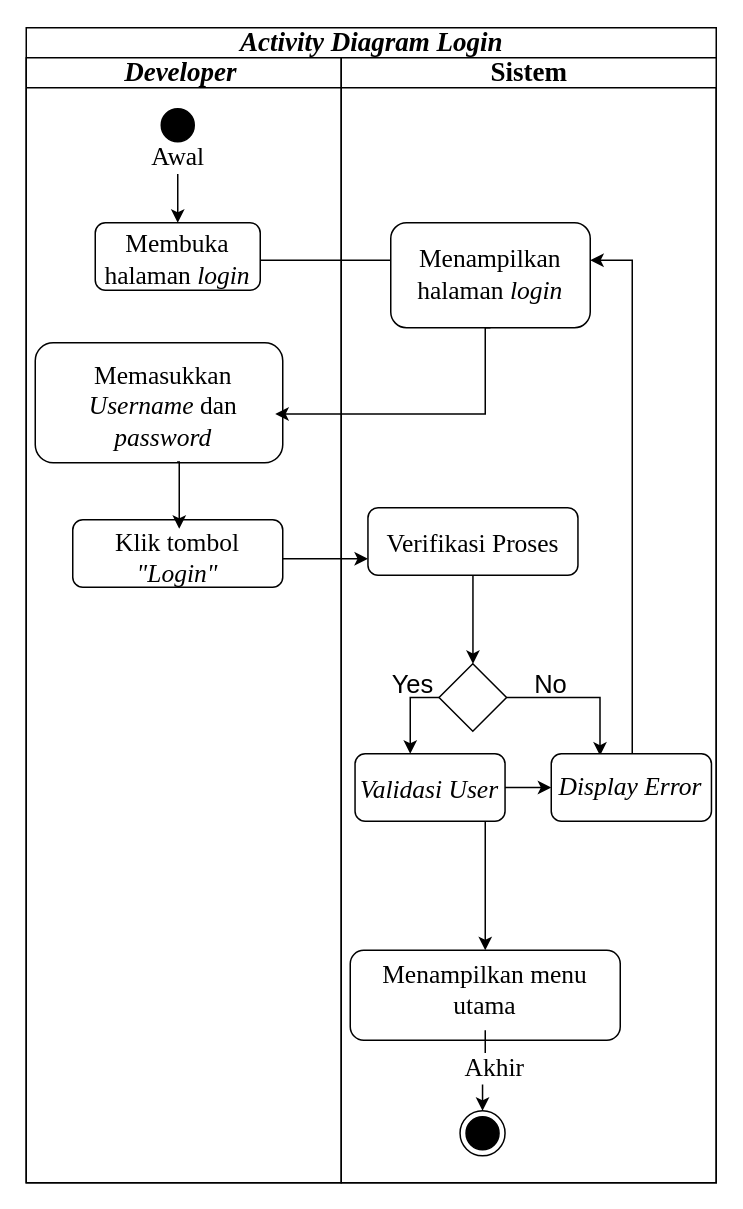
Above: page "Halaman-2" (2 of 15) of Diagram Tanpa Judul.drawio in raldawiyahh/alda-resolusi (draw.io), before the change. Source tidied: cells renumbered, new cells numbered last; positions are measured from the earlier drawing's top-left corner, leaving out a move shared by most shapes. Both pictures are drawn from the tidied source at 150%, with x=0, y=0 at pixel (26, 27).
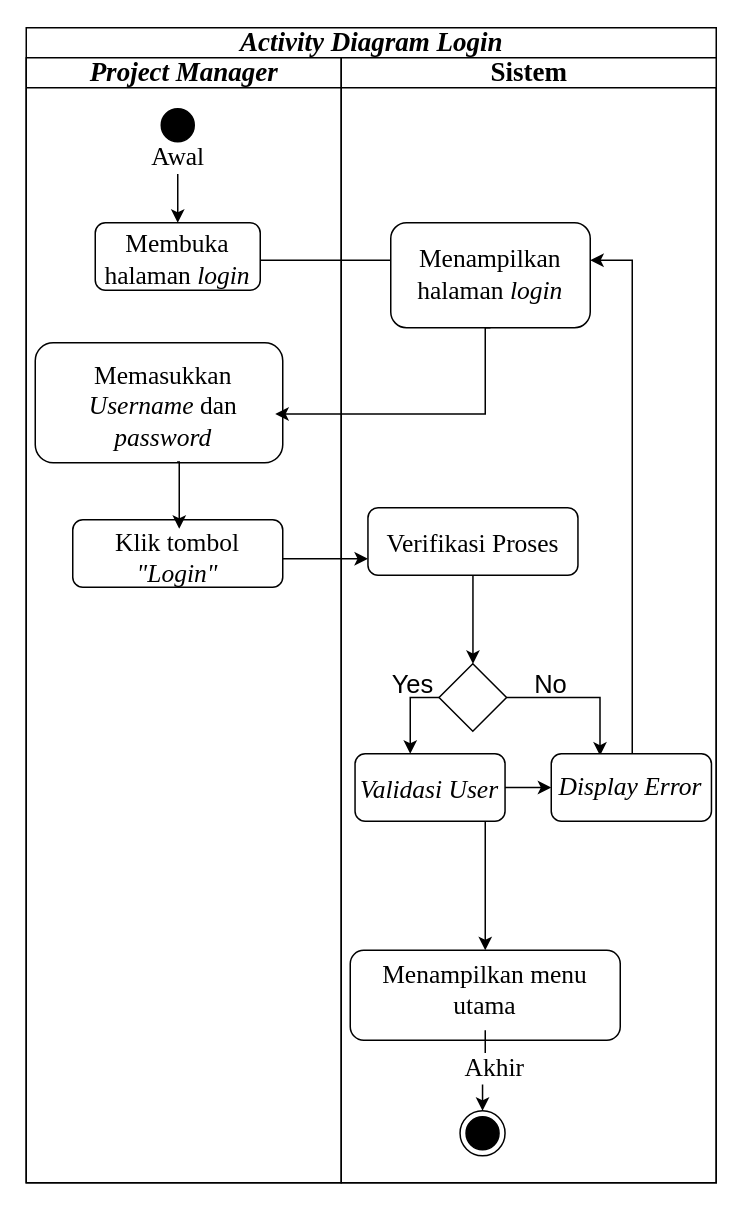
The same diagram, later.

The change refers to these unchanged cells:
```xml
<mxCell id="2" value="&lt;i style=&quot;&quot;&gt;&lt;font style=&quot;font-size: 18px;&quot;&gt;Activity Diagram Login&lt;/font&gt;&lt;/i&gt;" style="swimlane;startSize=20;html=1;fontSize=16;fontFamily=Times New Roman;" parent="1" vertex="1">
  <mxGeometry width="460" height="770" as="geometry" />
</mxCell>
```

What changed in the source:
```diff
@@
-    <mxCell id="3" value="&lt;i style=&quot;&quot;&gt;&lt;font style=&quot;font-size: 18px;&quot;&gt;Developer&amp;nbsp;&lt;/font&gt;&lt;br style=&quot;font-size: 15px;&quot;&gt;&lt;/i&gt;" style="swimlane;startSize=20;html=1;fontSize=15;fontFamily=Times New Roman;" parent="2" vertex="1">
+    <mxCell id="3" value="&lt;i style=&quot;&quot;&gt;&lt;font style=&quot;font-size: 18px;&quot;&gt;Project Manager&lt;/font&gt;&lt;br style=&quot;font-size: 15px;&quot;&gt;&lt;/i&gt;" style="swimlane;startSize=20;html=1;fontSize=15;fontFamily=Times New Roman;" parent="2" vertex="1">
       <mxGeometry y="20" width="210" height="750" as="geometry" />
     </mxCell>
```
